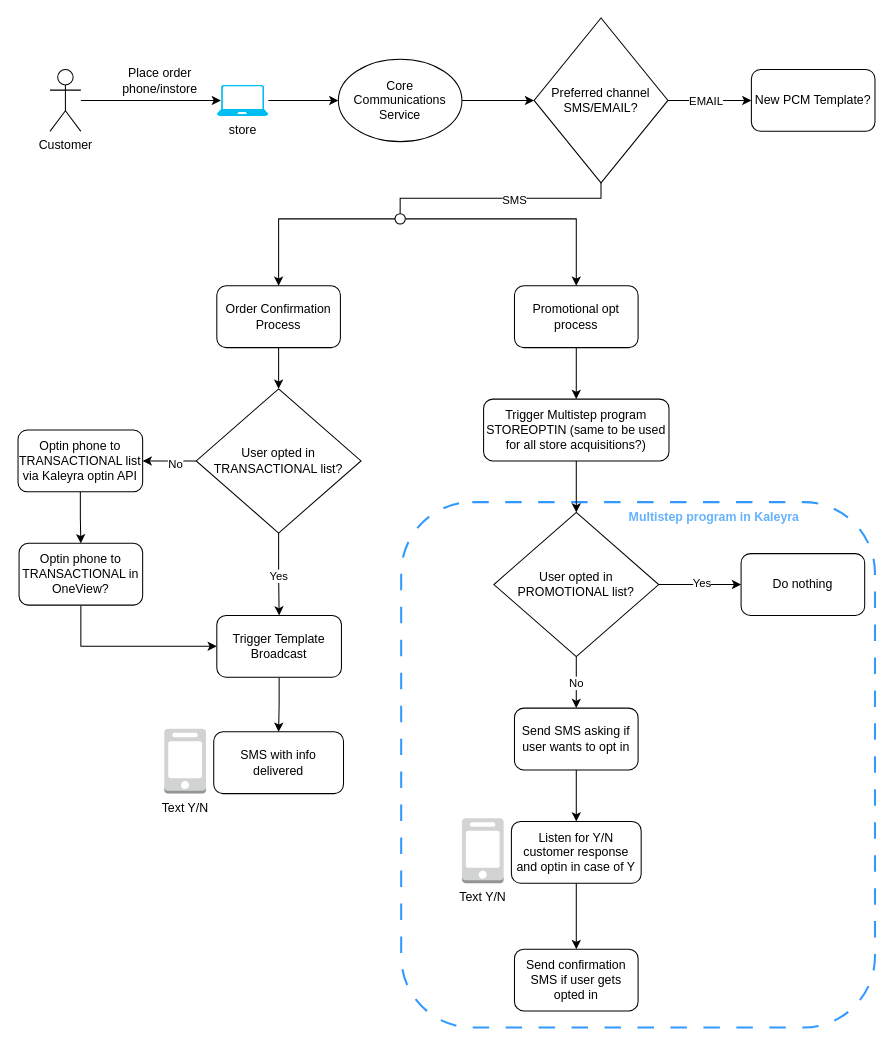
This is drawings/VDP Order Confirmation.drawio from AarellanoH/draw_io, a draw.io file, before an edit. Source tidied: cells renumbered, new cells numbered last; positions are measured from the earlier drawing's top-left corner, leaving out a move shared by most shapes. Both pictures are drawn from the tidied source at 103%, with x=0, y=0 at pixel (18, 18).
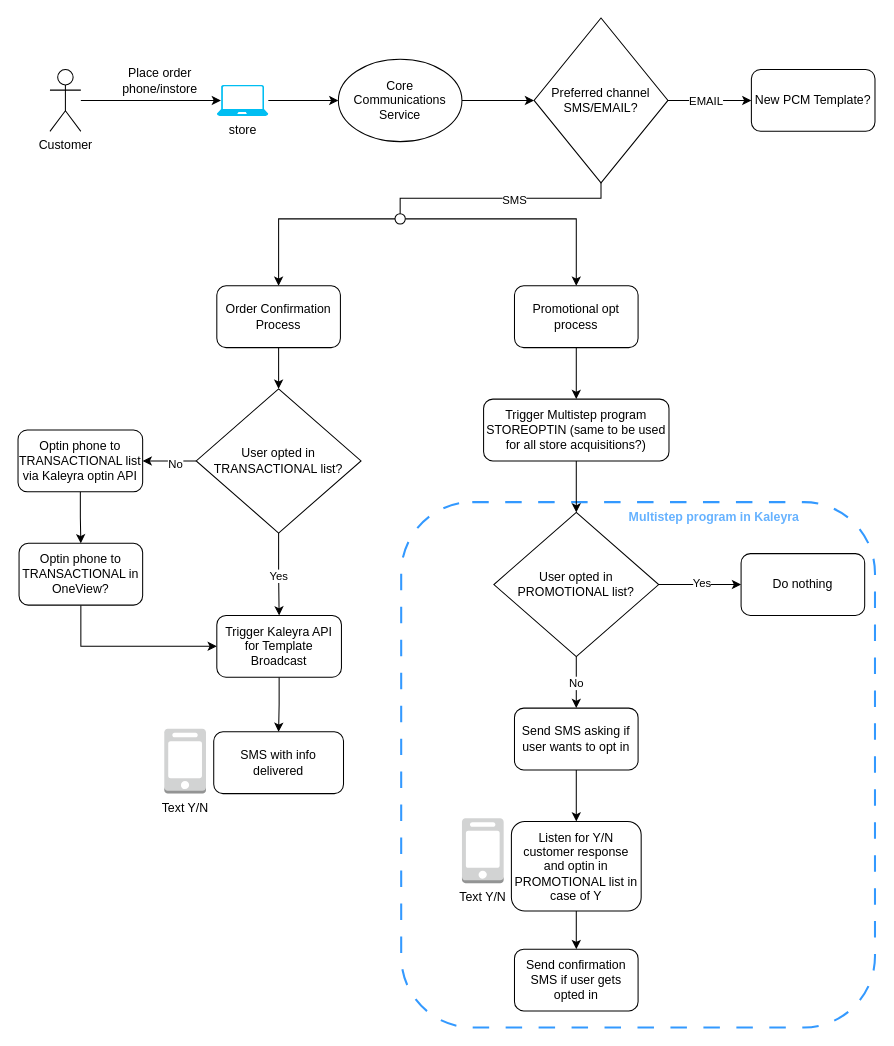
Above is the later version.

The edit, as a diff of the source:
```diff
@@
-    <mxCell id="28" value="Trigger Template Broadcast" style="rounded=1;whiteSpace=wrap;html=1;" parent="1" vertex="1">
+    <mxCell id="28" value="Trigger Kaleyra API for Template Broadcast" style="rounded=1;whiteSpace=wrap;html=1;" parent="1" vertex="1">
       <mxGeometry x="193" y="580" width="121" height="60" as="geometry" />
     </mxCell>
@@
     <mxCell id="50" style="group;" parent="1" vertex="1">
-      <mxGeometry x="431" y="777" width="174" height="63" as="geometry" />
+      <mxGeometry x="431" y="777" width="174" height="90" as="geometry" />
     </mxCell>
@@
-    <mxCell id="52" value="Listen for Y/N customer response and optin in case of Y" style="rounded=1;whiteSpace=wrap;html=1;" parent="50" vertex="1">
-      <mxGeometry x="48" y="3" width="126" height="60" as="geometry" />
+    <mxCell id="52" value="Listen for Y/N customer response and optin in PROMOTIONAL list in case of Y" style="rounded=1;whiteSpace=wrap;html=1;" parent="50" vertex="1">
+      <mxGeometry x="48" y="3" width="126" height="87" as="geometry" />
     </mxCell>
```
